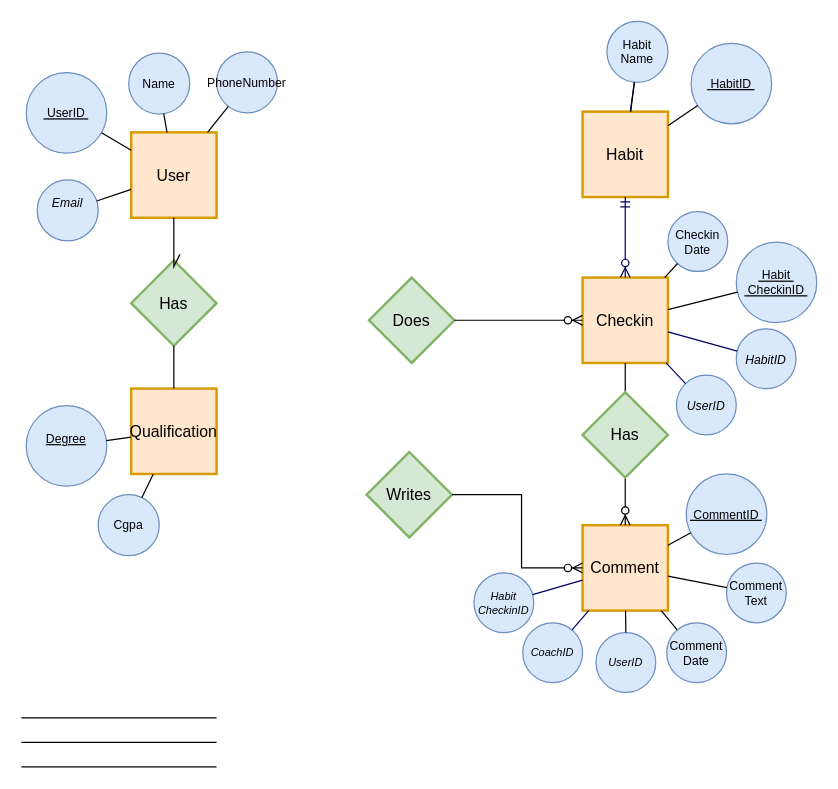
SaurabhPotdar/RMS keeps this draw.io diagram as page "ERD Habit Tracker app" (1 of 2) of Untitled Diagram.drawio. Above is the earlier version. Source tidied: cells renumbered, new cells numbered last; positions are measured from the earlier drawing's top-left corner, leaving out a move shared by most shapes. Both pictures are drawn from the tidied source at 122%, with x=0, y=0 at pixel (21, 21).
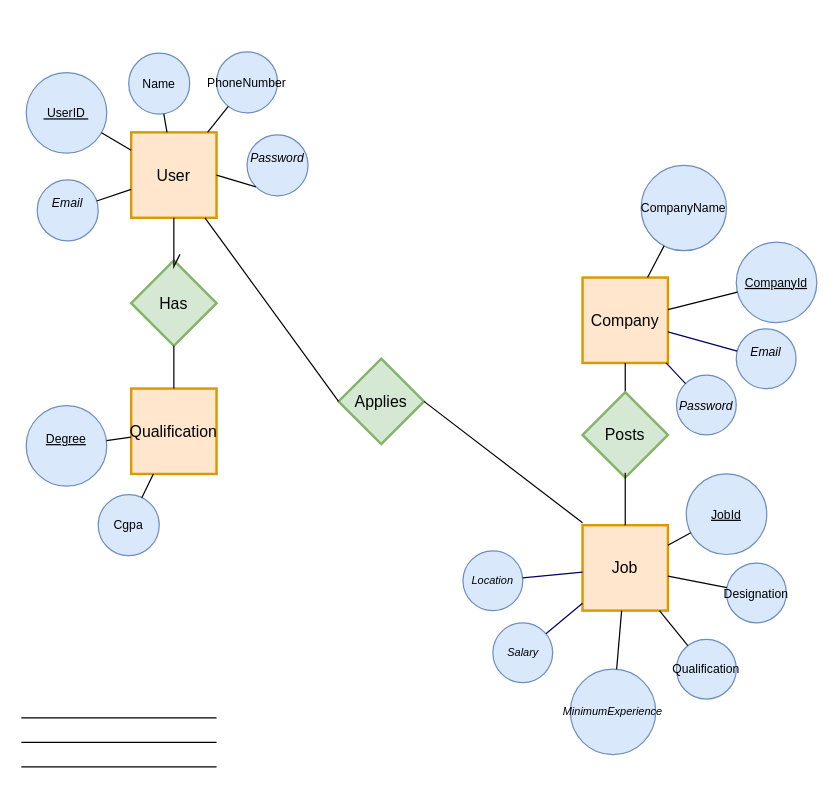
After the change.

The change refers to these unchanged cells:
```xml
<mxCell id="2" value="User" style="strokeWidth=2;whiteSpace=wrap;html=1;align=center;fontSize=13;fontFamily=Helvetica;fontColor=#000000;strokeColor=#d79b00;fillColor=#ffe6cc;" parent="1" vertex="1">
  <mxGeometry x="90" y="91" width="70" height="70" as="geometry" />
</mxCell>
```

What changed in the source:
```diff
@@
-    <mxCell id="6" value="Habit" style="strokeWidth=2;whiteSpace=wrap;html=1;align=center;fontSize=13;fontFamily=Helvetica;fontColor=#000000;strokeColor=#d79b00;fillColor=#ffe6cc;" parent="1" vertex="1">
-      <mxGeometry x="460" y="74" width="70" height="70" as="geometry" />
-    </mxCell>
-    <mxCell id="7" value="Habit Name" style="ellipse;whiteSpace=wrap;html=1;fontSize=10;fillColor=#dae8fc;strokeColor=#6c8ebf;" parent="1" vertex="1">
-      <mxGeometry x="480" width="50" height="50" as="geometry" />
-    </mxCell>
-    <mxCell id="8" style="edgeStyle=none;rounded=0;html=1;startArrow=none;startFill=0;endArrow=none;endFill=0;jettySize=auto;strokeColor=#000066;fontSize=13;" parent="1" edge="1" source="7" target="6">
-      <mxGeometry relative="1" as="geometry" />
-    </mxCell>
-    <mxCell id="9" value="&lt;u&gt;&amp;nbsp;HabitID&amp;nbsp;&lt;/u&gt;" style="ellipse;whiteSpace=wrap;html=1;fontSize=10;fillColor=#dae8fc;strokeColor=#6c8ebf;" parent="1" vertex="1">
-      <mxGeometry x="549" y="18" width="66" height="66" as="geometry" />
-    </mxCell>
-    <mxCell id="10" value="Checkin" style="strokeWidth=2;whiteSpace=wrap;html=1;align=center;fontSize=13;fontFamily=Helvetica;fontColor=#000000;strokeColor=#d79b00;fillColor=#ffe6cc;" parent="1" vertex="1">
+    <mxCell id="10" value="Company" style="strokeWidth=2;whiteSpace=wrap;html=1;align=center;fontSize=13;fontFamily=Helvetica;fontColor=#000000;strokeColor=#d79b00;fillColor=#ffe6cc;" parent="1" vertex="1">
       <mxGeometry x="460" y="210" width="70" height="70" as="geometry" />
     </mxCell>
-    <mxCell id="11" value="Comment" style="strokeWidth=2;whiteSpace=wrap;html=1;align=center;fontSize=13;fontFamily=Helvetica;fontColor=#000000;strokeColor=#d79b00;fillColor=#ffe6cc;" parent="1" vertex="1">
+    <mxCell id="11" value="Job" style="strokeWidth=2;whiteSpace=wrap;html=1;align=center;fontSize=13;fontFamily=Helvetica;fontColor=#000000;strokeColor=#d79b00;fillColor=#ffe6cc;" parent="1" vertex="1">
       <mxGeometry x="460" y="413" width="70" height="70" as="geometry" />
     </mxCell>
-    <mxCell id="12" value="Writes" style="shape=rhombus;strokeWidth=2;fontSize=13;perimeter=rhombusPerimeter;whiteSpace=wrap;html=1;align=center;fillColor=#d5e8d4;strokeColor=#82b366;" parent="1" vertex="1">
-      <mxGeometry x="283" y="353" width="70" height="70" as="geometry" />
+    <mxCell id="12" value="Applies&lt;br&gt;" style="shape=rhombus;strokeWidth=2;fontSize=13;perimeter=rhombusPerimeter;whiteSpace=wrap;html=1;align=center;fillColor=#d5e8d4;strokeColor=#82b366;" parent="1" vertex="1">
+      <mxGeometry x="260" y="276.5" width="70" height="70" as="geometry" />
     </mxCell>
@@
-    <mxCell id="17" value="Does" style="shape=rhombus;strokeWidth=2;fontSize=13;perimeter=rhombusPerimeter;whiteSpace=wrap;html=1;align=center;fillColor=#d5e8d4;strokeColor=#82b366;" parent="1" vertex="1">
-      <mxGeometry x="285" y="210" width="70" height="70" as="geometry" />
-    </mxCell>
@@
-    <mxCell id="19" style="edgeStyle=orthogonalEdgeStyle;rounded=0;html=1;exitX=1;exitY=0.5;entryX=0.5;entryY=0;endArrow=ERzeroToMany;endFill=1;jettySize=auto;fontSize=12;" parent="1" edge="1" source="20" target="11">
-      <mxGeometry relative="1" as="geometry" />
-    </mxCell>
-    <mxCell id="20" value="Has" style="shape=rhombus;strokeWidth=2;fontSize=13;perimeter=rhombusPerimeter;whiteSpace=wrap;html=1;align=center;direction=south;fillColor=#d5e8d4;strokeColor=#82b366;" parent="1" vertex="1">
+    <mxCell id="20" value="Posts" style="shape=rhombus;strokeWidth=2;fontSize=13;perimeter=rhombusPerimeter;whiteSpace=wrap;html=1;align=center;direction=south;fillColor=#d5e8d4;strokeColor=#82b366;" parent="1" vertex="1">
       <mxGeometry x="460" y="304" width="70" height="70" as="geometry" />
     </mxCell>
-    <mxCell id="21" style="edgeStyle=orthogonalEdgeStyle;rounded=0;html=1;exitX=1;exitY=0.5;entryX=0;entryY=0.5;endArrow=ERzeroToMany;endFill=1;jettySize=auto;fontSize=12;" parent="1" edge="1" source="17" target="10">
-      <mxGeometry relative="1" as="geometry" />
-    </mxCell>
-    <mxCell id="22" style="edgeStyle=orthogonalEdgeStyle;rounded=0;html=1;exitX=1;exitY=0.5;entryX=0;entryY=0.5;endArrow=ERzeroToMany;endFill=1;jettySize=auto;fontSize=12;" parent="1" edge="1" source="12" target="11">
-      <mxGeometry relative="1" as="geometry">
-        <Array as="points">
-          <mxPoint x="410" y="388" />
-          <mxPoint x="410" y="448" />
-        </Array>
-      </mxGeometry>
-    </mxCell>
-    <mxCell id="23" value="&lt;u&gt;&amp;nbsp;Habit&amp;nbsp;&lt;br&gt;&amp;nbsp;CheckinID&amp;nbsp;&lt;/u&gt;" style="ellipse;whiteSpace=wrap;html=1;fontSize=10;fillColor=#dae8fc;strokeColor=#6c8ebf;" parent="1" vertex="1">
+    <mxCell id="23" value="&lt;u&gt;CompanyId&lt;/u&gt;" style="ellipse;whiteSpace=wrap;html=1;fontSize=10;fillColor=#dae8fc;strokeColor=#6c8ebf;" parent="1" vertex="1">
       <mxGeometry x="586" y="181" width="66" height="66" as="geometry" />
     </mxCell>
-    <mxCell id="24" value="Checkin&lt;br&gt;Date&lt;br&gt;" style="ellipse;whiteSpace=wrap;html=1;fontSize=10;fillColor=#dae8fc;strokeColor=#6c8ebf;" parent="1" vertex="1">
-      <mxGeometry x="530" y="156" width="49" height="49" as="geometry" />
+    <mxCell id="24" value="CompanyName" style="ellipse;whiteSpace=wrap;html=1;fontSize=10;fillColor=#dae8fc;strokeColor=#6c8ebf;" parent="1" vertex="1">
+      <mxGeometry x="508" y="118" width="70" height="70" as="geometry" />
     </mxCell>
@@
-    <mxCell id="26" style="rounded=0;html=1;endArrow=none;endFill=0;jettySize=auto;fontSize=12;" parent="1" edge="1" source="9" target="6">
-      <mxGeometry relative="1" as="geometry" />
-    </mxCell>
-    <mxCell id="27" style="rounded=0;html=1;endArrow=none;endFill=0;jettySize=auto;fontSize=12;" parent="1" edge="1" target="6">
-      <mxGeometry relative="1" as="geometry">
-        <mxPoint x="502.5" y="49.9" as="sourcePoint" />
-      </mxGeometry>
-    </mxCell>
@@
-    <mxCell id="34" value="&lt;u&gt;&amp;nbsp;CommentID&amp;nbsp;&lt;/u&gt;&lt;br&gt;" style="ellipse;whiteSpace=wrap;html=1;fontSize=10;fillColor=#dae8fc;strokeColor=#6c8ebf;" parent="1" vertex="1">
+    <mxCell id="34" value="&lt;u&gt;JobId&lt;/u&gt;" style="ellipse;whiteSpace=wrap;html=1;fontSize=10;fillColor=#dae8fc;strokeColor=#6c8ebf;" parent="1" vertex="1">
       <mxGeometry x="545" y="371" width="66" height="66" as="geometry" />
     </mxCell>
-    <mxCell id="35" value="Comment&lt;br&gt;Text&lt;br&gt;" style="ellipse;whiteSpace=wrap;html=1;fontSize=10;fillColor=#dae8fc;strokeColor=#6c8ebf;" parent="1" vertex="1">
+    <mxCell id="35" value="Designation" style="ellipse;whiteSpace=wrap;html=1;fontSize=10;fillColor=#dae8fc;strokeColor=#6c8ebf;" parent="1" vertex="1">
       <mxGeometry x="578" y="444" width="49" height="49" as="geometry" />
     </mxCell>
-    <mxCell id="36" value="Comment&lt;br&gt;Date&lt;br&gt;" style="ellipse;whiteSpace=wrap;html=1;fontSize=10;fillColor=#dae8fc;strokeColor=#6c8ebf;" parent="1" vertex="1">
-      <mxGeometry x="529" y="493" width="49" height="49" as="geometry" />
+    <mxCell id="36" value="Qualification" style="ellipse;whiteSpace=wrap;html=1;fontSize=10;fillColor=#dae8fc;strokeColor=#6c8ebf;" parent="1" vertex="1">
+      <mxGeometry x="537" y="506.5" width="49" height="49" as="geometry" />
     </mxCell>
-    <mxCell id="37" value="&lt;i&gt;UserID&lt;/i&gt;&lt;br&gt;" style="ellipse;whiteSpace=wrap;html=1;fontSize=9;fillColor=#dae8fc;strokeColor=#6c8ebf;" parent="1" vertex="1">
-      <mxGeometry x="471" y="501" width="49" height="49" as="geometry" />
+    <mxCell id="37" value="&lt;i&gt;MinimumExperience&lt;br&gt;&lt;/i&gt;" style="ellipse;whiteSpace=wrap;html=1;fontSize=9;fillColor=#dae8fc;strokeColor=#6c8ebf;" parent="1" vertex="1">
+      <mxGeometry x="450" y="531" width="70" height="70" as="geometry" />
     </mxCell>
@@
-    <mxCell id="44" value="&lt;i&gt;CoachID&lt;/i&gt;&lt;br&gt;" style="ellipse;whiteSpace=wrap;html=1;fontSize=9;fillColor=#dae8fc;strokeColor=#6c8ebf;" parent="1" vertex="1">
-      <mxGeometry x="411" y="493" width="49" height="49" as="geometry" />
+    <mxCell id="44" value="&lt;i&gt;Salary&lt;/i&gt;" style="ellipse;whiteSpace=wrap;html=1;fontSize=9;fillColor=#dae8fc;strokeColor=#6c8ebf;" parent="1" vertex="1">
+      <mxGeometry x="386.5" y="493" width="49" height="49" as="geometry" />
     </mxCell>
@@
-    <mxCell id="46" value="&lt;i&gt;HabitID&lt;/i&gt;&lt;br&gt;" style="ellipse;whiteSpace=wrap;html=1;fontSize=10;fillColor=#dae8fc;strokeColor=#6c8ebf;" parent="1" vertex="1">
+    <mxCell id="46" value="&lt;i&gt;Email&lt;br&gt;&lt;br&gt;&lt;/i&gt;" style="ellipse;whiteSpace=wrap;html=1;fontSize=10;fillColor=#dae8fc;strokeColor=#6c8ebf;" parent="1" vertex="1">
       <mxGeometry x="586" y="252" width="49" height="49" as="geometry" />
     </mxCell>
@@
-    <mxCell id="48" style="edgeStyle=none;rounded=0;html=1;exitX=0.5;exitY=1;entryX=0.5;entryY=0;startArrow=ERmandOne;startFill=0;endArrow=ERzeroToMany;endFill=1;jettySize=auto;strokeColor=#000066;fontSize=13;" parent="1" edge="1" source="6" target="10">
-      <mxGeometry relative="1" as="geometry" />
-    </mxCell>
-    <mxCell id="49" value="&lt;i&gt;Habit&lt;br&gt;CheckinID&lt;/i&gt;&lt;br&gt;" style="ellipse;whiteSpace=wrap;html=1;fontSize=9;fillColor=#dae8fc;strokeColor=#6c8ebf;" parent="1" vertex="1">
-      <mxGeometry x="371" y="452" width="49" height="49" as="geometry" />
+    <mxCell id="49" value="&lt;i&gt;Location&lt;/i&gt;" style="ellipse;whiteSpace=wrap;html=1;fontSize=9;fillColor=#dae8fc;strokeColor=#6c8ebf;" parent="1" vertex="1">
+      <mxGeometry x="362" y="434" width="49" height="49" as="geometry" />
     </mxCell>
@@
-    <mxCell id="51" value="&lt;i&gt;UserID&lt;/i&gt;&lt;br&gt;" style="ellipse;whiteSpace=wrap;html=1;fontSize=10;fillColor=#dae8fc;strokeColor=#6c8ebf;" parent="1" vertex="1">
+    <mxCell id="51" value="&lt;i&gt;Password&lt;/i&gt;" style="ellipse;whiteSpace=wrap;html=1;fontSize=10;fillColor=#dae8fc;strokeColor=#6c8ebf;" parent="1" vertex="1">
       <mxGeometry x="537" y="290" width="49" height="49" as="geometry" />
     </mxCell>
@@
+    <mxCell id="58" value="&lt;i&gt;Password&lt;br&gt;&lt;br&gt;&lt;/i&gt;" style="ellipse;whiteSpace=wrap;html=1;fontSize=10;fillColor=#dae8fc;strokeColor=#6c8ebf;" parent="1" vertex="1">
+      <mxGeometry x="185" y="93" width="50" height="50" as="geometry" />
+    </mxCell>
+    <mxCell id="59" style="rounded=0;html=1;startArrow=none;startFill=0;endArrow=none;endFill=0;jettySize=auto;fontSize=10;exitX=0;exitY=1;exitDx=0;exitDy=0;entryX=1;entryY=0.5;entryDx=0;entryDy=0;" parent="1" edge="1" source="58" target="2">
+      <mxGeometry relative="1" as="geometry" />
+    </mxCell>
+    <mxCell id="19" style="endArrow=none;html=1;rounded=0;entryX=0.5;entryY=0;entryDx=0;entryDy=0;exitX=0.943;exitY=0.5;exitDx=0;exitDy=0;exitPerimeter=0;" parent="1" edge="1" source="20" target="11">
+      <mxGeometry relative="1" as="geometry" />
+    </mxCell>
+    <mxCell id="60" style="rounded=0;html=1;startArrow=none;startFill=0;endArrow=none;endFill=0;jettySize=auto;fontSize=10;exitX=0;exitY=0.5;exitDx=0;exitDy=0;" parent="1" edge="1" source="12" target="2">
+      <mxGeometry relative="1" as="geometry" />
+    </mxCell>
+    <mxCell id="61" style="rounded=0;html=1;startArrow=none;startFill=0;endArrow=none;endFill=0;jettySize=auto;fontSize=10;entryX=1;entryY=0.5;entryDx=0;entryDy=0;" parent="1" edge="1" target="12">
+      <mxGeometry relative="1" as="geometry">
+        <mxPoint x="460" y="411" as="sourcePoint" />
+      </mxGeometry>
+    </mxCell>
```
